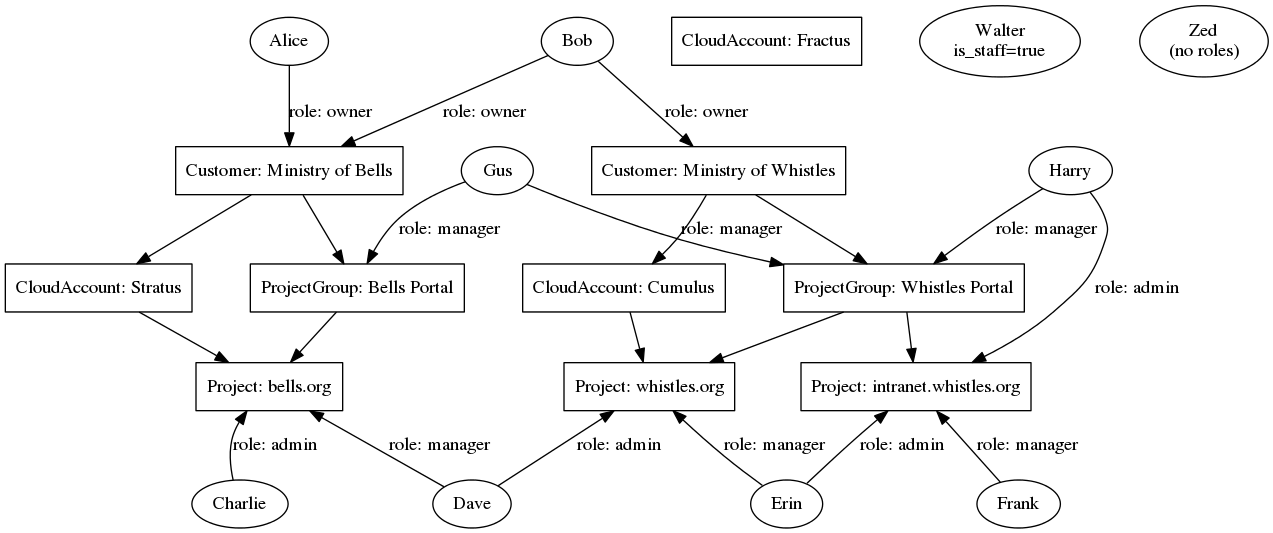
Before: docs/images/testdata-alice.png, a diagram exported from Graphviz (opennode/waldur-core). Its source is kept beside it as docs/images/testdata-alice.dot.
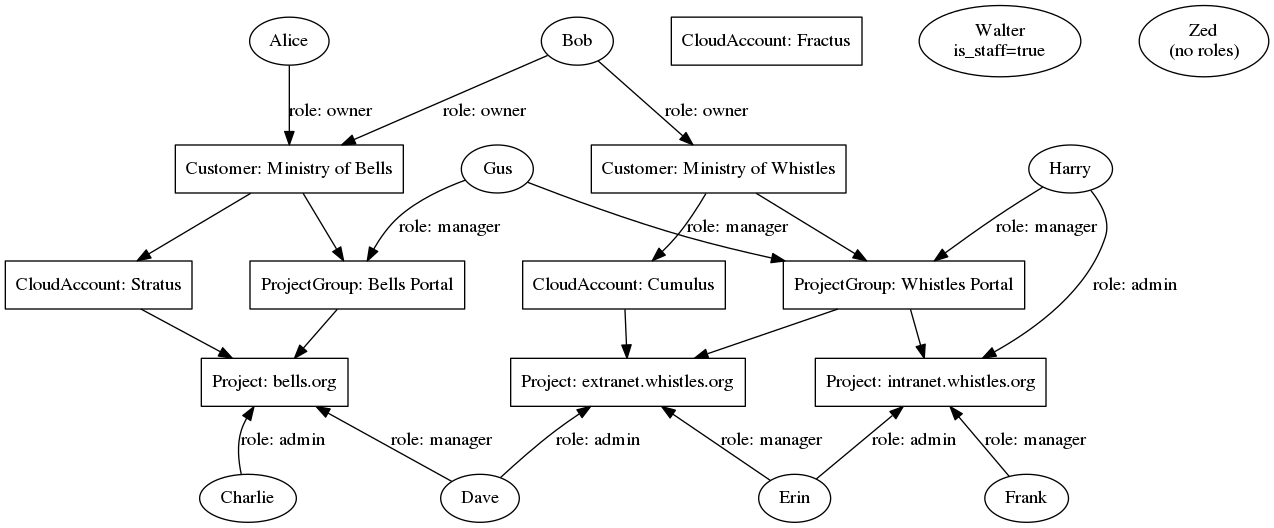
The same diagram one commit later.

What changed in the source:
```diff
@@ -13,7 +13,7 @@
 	ca_f [label="CloudAccount: Fractus"]
 
 	p_bo [label="Project: bells.org"]
-	p_wo [label="Project: whistles.org"]
+	p_ewo [label="Project: extranet.whistles.org"]
 	p_iwo [label="Project: intranet.whistles.org"]
 
 	node [shape="oval"]
@@ -32,11 +32,11 @@
 	c_mow -> ca_c
 
 	pg_bp -> p_bo
-	pg_wp -> p_wo
+	pg_wp -> p_ewo
 	pg_wp -> p_iwo
 
 	ca_s -> p_bo
-	ca_c -> p_wo
+	ca_c -> p_ewo
 
 	Gus -> pg_bp [label="role: manager"]
 	Gus -> pg_wp [label="role: manager"]
@@ -46,8 +46,8 @@
 
 	p_bo -> Charlie [label="role: admin", dir="back"]
 	p_bo -> Dave [label="role: manager", dir="back"]
-	p_wo -> Dave [label="role: admin", dir="back"]
-	p_wo -> Erin [label="role: manager", dir="back"]
+	p_ewo -> Dave [label="role: admin", dir="back"]
+	p_ewo -> Erin [label="role: manager", dir="back"]
 	p_iwo -> Erin [label="role: admin", dir="back"]
 	p_iwo -> Frank [label="role: manager", dir="back"]
 }
```
